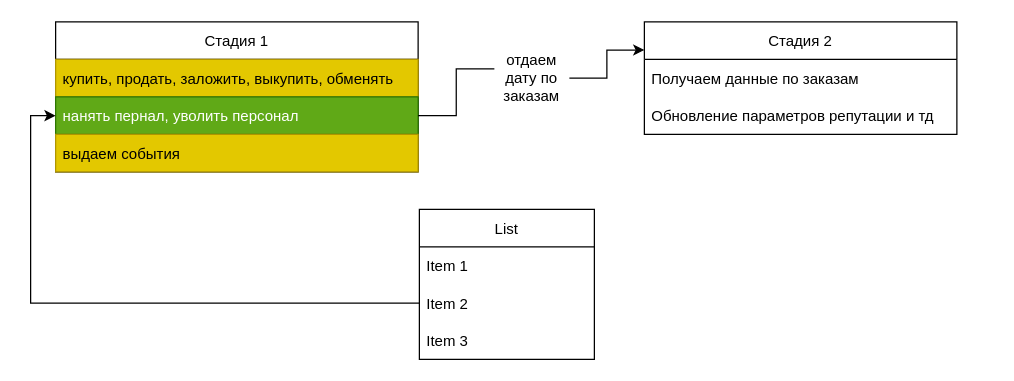
This is page "Page-3" (3 of 8) of dev/classes.drawio from korshunovamm/InnPrac, a draw.io file, before an edit. Source tidied: cells renumbered, new cells numbered last; positions are measured from the earlier drawing's top-left corner, leaving out a move shared by most shapes. Both pictures are drawn from the tidied source at 125%, with x=0, y=0 at pixel (30, 21).
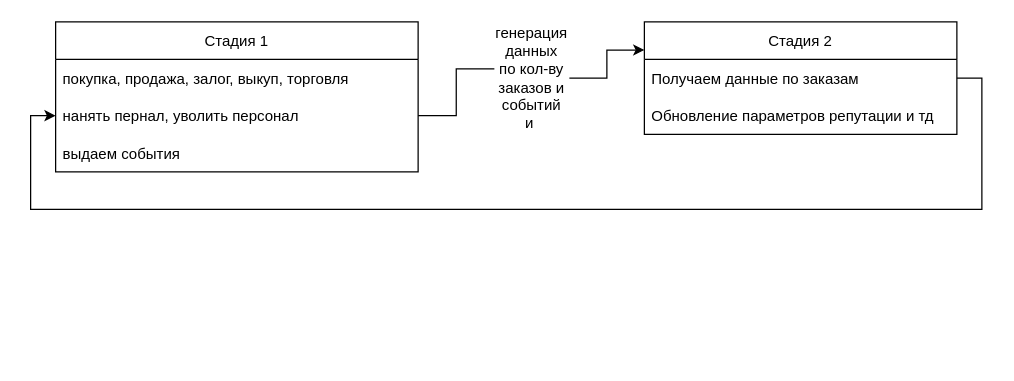
Above is the later version.

The edit, as a diff of the source:
```diff
@@
 <mxGraphModel>
   <root>
     <mxCell id="0" />
     <mxCell id="1" parent="0" />
     <mxCell id="2" value="Стадия 1" style="swimlane;fontStyle=0;horizontal=1;startSize=30;" parent="1" vertex="1">
       <mxGeometry x="20" width="290" height="120" as="geometry" />
     </mxCell>
-    <mxCell id="3" value="купить, продать, заложить, выкупить, обменять" style="text;strokeColor=#B09500;fillColor=#e3c800;align=left;verticalAlign=middle;spacingLeft=4;spacingRight=4;overflow=hidden;fontColor=#000000;" parent="2" vertex="1">
+    <mxCell id="3" value="покупка, продажа, залог, выкуп, торговля" style="text;align=left;verticalAlign=middle;spacingLeft=4;spacingRight=4;overflow=hidden;" parent="2" vertex="1">
       <mxGeometry y="30" width="290" height="30" as="geometry" />
     </mxCell>
-    <mxCell id="4" value="нанять пернал, уволить персонал" style="text;strokeColor=#2D7600;fillColor=#60a917;align=left;verticalAlign=middle;spacingLeft=4;spacingRight=4;overflow=hidden;points=[[0,0.5],[1,0.5]];portConstraint=eastwest;fontColor=#ffffff;" parent="2" vertex="1">
+    <mxCell id="4" value="нанять пернал, уволить персонал" style="text;align=left;verticalAlign=middle;spacingLeft=4;spacingRight=4;overflow=hidden;points=[[0,0.5],[1,0.5]];portConstraint=eastwest;" parent="2" vertex="1">
       <mxGeometry y="60" width="290" height="30" as="geometry" />
     </mxCell>
-    <mxCell id="5" value="выдаем события" style="text;strokeColor=#B09500;fillColor=#e3c800;align=left;verticalAlign=middle;spacingLeft=4;spacingRight=4;overflow=hidden;fontColor=#000000;" parent="2" vertex="1">
+    <mxCell id="5" value="выдаем события" style="text;align=left;verticalAlign=middle;spacingLeft=4;spacingRight=4;overflow=hidden;" parent="2" vertex="1">
       <mxGeometry y="90" width="290" height="30" as="geometry" />
     </mxCell>
     <mxCell id="6" value="Стадия 2" style="swimlane;fontStyle=0;horizontal=1;startSize=30;" parent="1" vertex="1">
       <mxGeometry x="491" width="250" height="90" as="geometry" />
     </mxCell>
     <mxCell id="7" value="Получаем данные по заказам" style="text;strokeColor=none;fillColor=none;align=left;verticalAlign=middle;spacingLeft=4;spacingRight=4;overflow=hidden;points=[[0,0.5],[1,0.5]];portConstraint=eastwest;" parent="6" vertex="1">
       <mxGeometry y="30" width="250" height="30" as="geometry" />
     </mxCell>
     <mxCell id="8" value="Обновление параметров репутации и тд" style="text;strokeColor=none;fillColor=none;align=left;verticalAlign=middle;spacingLeft=4;spacingRight=4;overflow=hidden;" parent="6" vertex="1">
       <mxGeometry y="60" width="250" height="30" as="geometry" />
     </mxCell>
     <mxCell id="9" style="edgeStyle=orthogonalEdgeStyle;rounded=0;jettySize=auto;html=1;exitX=1;exitY=0.5;exitDx=0;exitDy=0;entryX=0;entryY=0.25;entryDx=0;entryDy=0;startArrow=none;" parent="1" edge="1" source="15" target="6">
       <mxGeometry relative="1" as="geometry" />
     </mxCell>
-    <mxCell id="10" value="List" style="swimlane;fontStyle=0;horizontal=1;startSize=30;" parent="1" vertex="1">
-      <mxGeometry x="311" y="150" width="140" height="120" as="geometry" />
-    </mxCell>
-    <mxCell id="11" value="Item 1" style="text;strokeColor=none;fillColor=none;align=left;verticalAlign=middle;spacingLeft=4;spacingRight=4;overflow=hidden;" parent="10" vertex="1">
-      <mxGeometry y="30" width="140" height="30" as="geometry" />
-    </mxCell>
-    <mxCell id="12" value="Item 2" style="text;strokeColor=none;fillColor=none;align=left;verticalAlign=middle;spacingLeft=4;spacingRight=4;overflow=hidden;points=[[0,0.5],[1,0.5]];portConstraint=eastwest;" parent="10" vertex="1">
-      <mxGeometry y="60" width="140" height="30" as="geometry" />
-    </mxCell>
-    <mxCell id="13" value="Item 3" style="text;strokeColor=none;fillColor=none;align=left;verticalAlign=middle;spacingLeft=4;spacingRight=4;overflow=hidden;" parent="10" vertex="1">
-      <mxGeometry y="90" width="140" height="30" as="geometry" />
-    </mxCell>
-    <mxCell id="14" style="edgeStyle=orthogonalEdgeStyle;rounded=0;jettySize=auto;html=1;exitX=0;exitY=0.5;exitDx=0;exitDy=0;entryX=0;entryY=0.5;entryDx=0;entryDy=0;" parent="1" edge="1" source="12" target="4">
-      <mxGeometry relative="1" as="geometry">
-        <Array as="points">
-          <mxPoint y="225" />
-          <mxPoint y="75" />
-        </Array>
-      </mxGeometry>
-    </mxCell>
-    <mxCell id="15" value="отдаем дату по заказам" style="text;html=1;strokeColor=none;fillColor=none;align=center;verticalAlign=middle;whiteSpace=wrap;rounded=0;" parent="1" vertex="1">
+    <mxCell id="15" value="генерация данных по кол-ву заказов и событий и&amp;nbsp;" style="text;html=1;strokeColor=none;fillColor=none;align=center;verticalAlign=middle;whiteSpace=wrap;rounded=0;" parent="1" vertex="1">
       <mxGeometry x="371" y="30" width="60" height="30" as="geometry" />
     </mxCell>
     <mxCell id="16" style="edgeStyle=orthogonalEdgeStyle;rounded=0;jettySize=auto;html=1;exitX=1;exitY=0.5;exitDx=0;exitDy=0;entryX=0;entryY=0.25;entryDx=0;entryDy=0;endArrow=none;" parent="1" edge="1" source="4" target="15">
       <mxGeometry relative="1" as="geometry" />
     </mxCell>
+    <mxCell id="17" style="edgeStyle=orthogonalEdgeStyle;rounded=0;jettySize=auto;html=1;exitX=1;exitY=0.5;exitDx=0;exitDy=0;entryX=0;entryY=0.5;entryDx=0;entryDy=0;" parent="1" edge="1" source="7" target="4">
+      <mxGeometry relative="1" as="geometry">
+        <Array as="points">
+          <mxPoint x="761" y="45" />
+          <mxPoint x="761" y="150" />
+          <mxPoint y="150" />
+          <mxPoint y="75" />
+        </Array>
+      </mxGeometry>
+    </mxCell>
   </root>
 </mxGraphModel>
```
